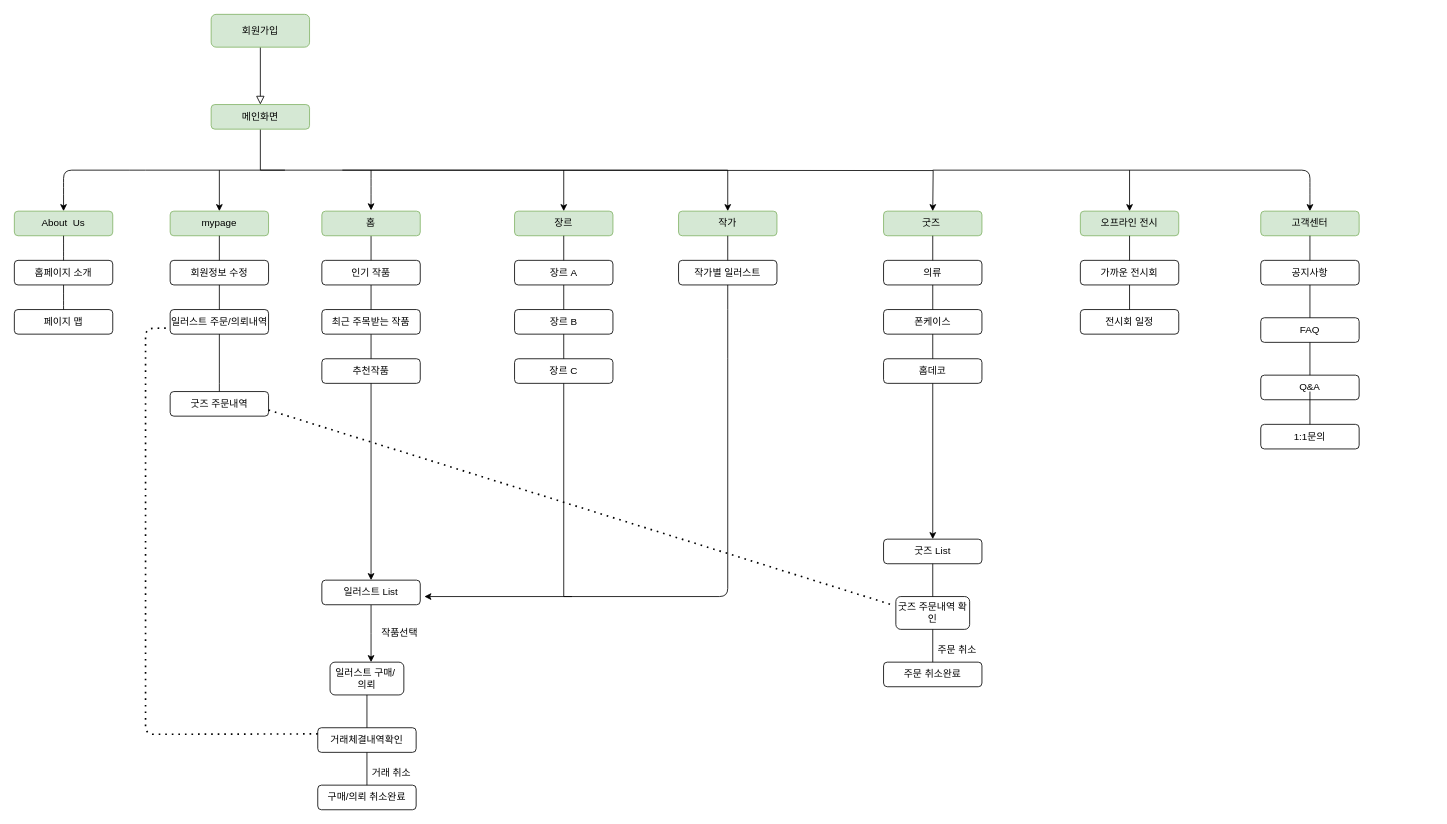
Above: 일러스트거래웹flowchart01.drawio in hek316/temp (draw.io), before the change. Source tidied: cells renumbered, new cells numbered last; positions are measured from the earlier drawing's top-left corner, leaving out a move shared by most shapes. Both pictures are drawn from the tidied source at 82%, with x=0, y=0 at pixel (14, 14).
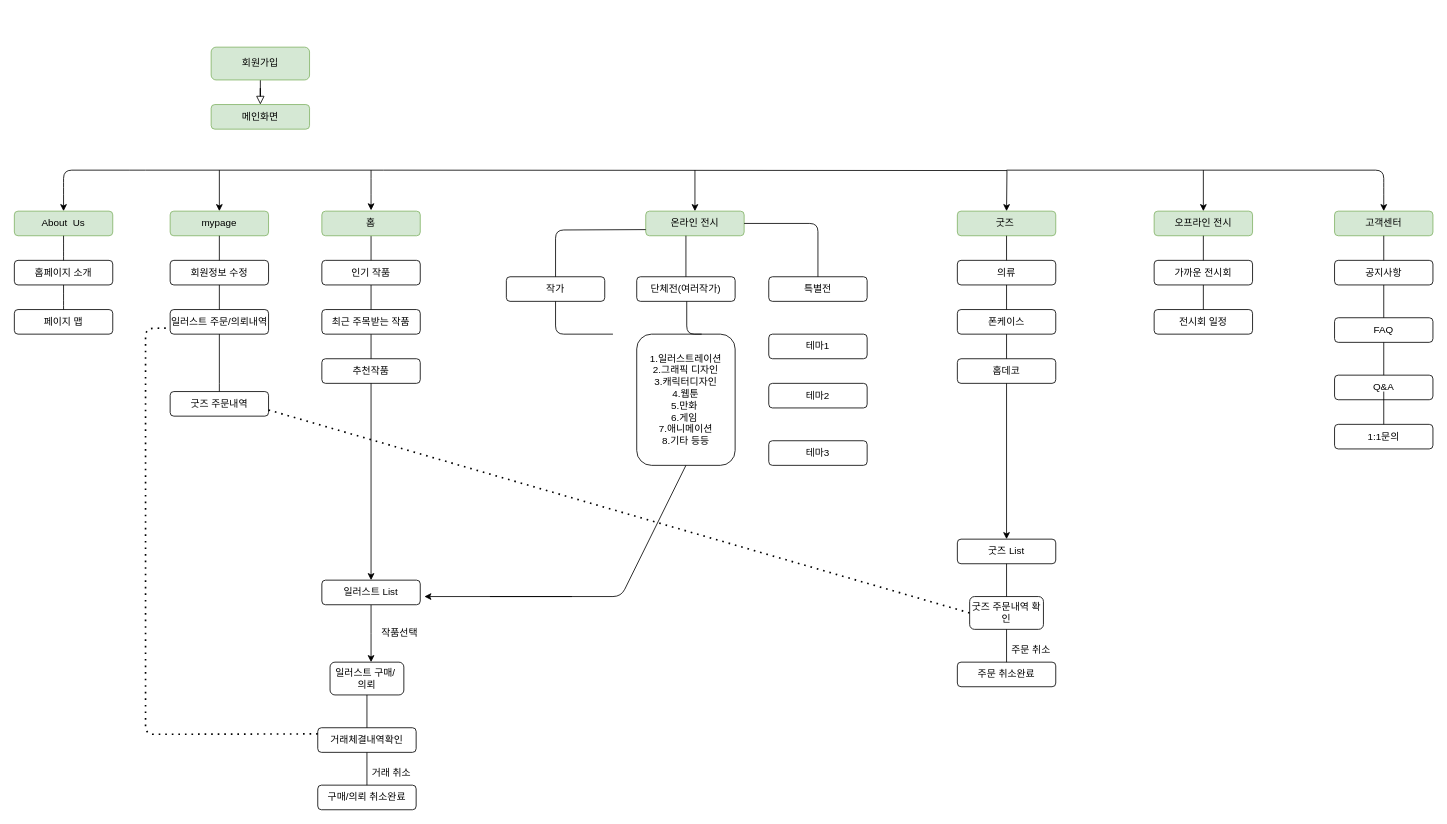
The same page after the edit.

Commit message (it also covers changes not shown here):
Update 일러스트거래웹flowchart01.drawio

Unchanged cells that the change refers to:
```xml
<mxCell id="5" value="메인화면" style="rounded=1;whiteSpace=wrap;html=1;fontSize=12;glass=0;strokeWidth=1;shadow=0;fillColor=#d5e8d4;strokeColor=#82b366;" parent="1" vertex="1">
  <mxGeometry x="240" y="110" width="120" height="30" as="geometry" />
</mxCell>
<mxCell id="71" value="굿즈 주문내역" style="rounded=1;whiteSpace=wrap;html=1;fontSize=12;glass=0;strokeWidth=1;shadow=0;" parent="1" vertex="1">
  <mxGeometry x="190" y="460" width="120" height="30" as="geometry" />
</mxCell>
```

Change to the diagram source:
```diff
@@
     <mxCell id="3" value="회원가입" style="rounded=1;whiteSpace=wrap;html=1;fontSize=12;glass=0;strokeWidth=1;shadow=0;fillColor=#d5e8d4;strokeColor=#82b366;" parent="1" vertex="1">
-      <mxGeometry x="240" width="120" height="40" as="geometry" />
+      <mxGeometry x="240" y="40" width="120" height="40" as="geometry" />
     </mxCell>
-    <mxCell id="4" style="edgeStyle=orthogonalEdgeStyle;rounded=0;jettySize=auto;html=1;exitX=0.5;exitY=1;exitDx=0;exitDy=0;entryX=0.5;entryY=0;entryDx=0;entryDy=0;" parent="1" edge="1" source="5" target="8">
-      <mxGeometry relative="1" as="geometry" />
-    </mxCell>
@@
     <mxCell id="6" style="endArrow=classic;html=1;entryX=0.5;entryY=0;entryDx=0;entryDy=0;" parent="1" edge="1">
       <mxGeometry relative="1" as="geometry">
-        <mxPoint x="1120" y="190" as="sourcePoint" />
-        <mxPoint x="1580" y="240" as="targetPoint" />
+        <mxPoint x="1210" y="190" as="sourcePoint" />
+        <mxPoint x="1670" y="240" as="targetPoint" />
         <Array as="points">
-          <mxPoint x="1580" y="190" />
-          <mxPoint x="1580" y="210" />
+          <mxPoint x="1670" y="190" />
+          <mxPoint x="1670" y="210" />
         </Array>
       </mxGeometry>
     </mxCell>
-    <mxCell id="7" value="장르" style="rounded=1;whiteSpace=wrap;html=1;fontSize=12;glass=0;strokeWidth=1;shadow=0;fillColor=#d5e8d4;strokeColor=#82b366;" parent="1" vertex="1">
-      <mxGeometry x="610" y="240" width="120" height="30" as="geometry" />
-    </mxCell>
-    <mxCell id="8" value="작가" style="rounded=1;whiteSpace=wrap;html=1;fontSize=12;glass=0;strokeWidth=1;shadow=0;fillColor=#d5e8d4;strokeColor=#82b366;" parent="1" vertex="1">
-      <mxGeometry x="810" y="240" width="120" height="30" as="geometry" />
-    </mxCell>
@@
     <mxCell id="11" value="굿즈&amp;nbsp;" style="rounded=1;whiteSpace=wrap;html=1;fontSize=12;glass=0;strokeWidth=1;shadow=0;fillColor=#d5e8d4;strokeColor=#82b366;" parent="1" vertex="1">
-      <mxGeometry x="1060" y="240" width="120" height="30" as="geometry" />
+      <mxGeometry x="1150" y="240" width="120" height="30" as="geometry" />
     </mxCell>
@@
-    <mxCell id="18" style="edgeStyle=orthogonalEdgeStyle;rounded=0;orthogonalLoop=1;jettySize=auto;html=1;exitX=0.5;exitY=1;exitDx=0;exitDy=0;" parent="1" edge="1">
+    <mxCell id="18" style="edgeStyle=orthogonalEdgeStyle;rounded=0;orthogonalLoop=1;jettySize=auto;html=1;" parent="1" edge="1">
       <mxGeometry relative="1" as="geometry">
-        <mxPoint x="400" y="190" as="sourcePoint" />
-        <mxPoint x="1120" y="240" as="targetPoint" />
+        <mxPoint x="450" y="190" as="sourcePoint" />
+        <mxPoint x="1210" y="240" as="targetPoint" />
       </mxGeometry>
     </mxCell>
     <mxCell id="19" value="오프라인 전시" style="rounded=1;whiteSpace=wrap;html=1;fontSize=12;glass=0;strokeWidth=1;shadow=0;fillColor=#d5e8d4;strokeColor=#82b366;" parent="1" vertex="1">
-      <mxGeometry x="1300" y="240" width="120" height="30" as="geometry" />
+      <mxGeometry x="1390" y="240" width="120" height="30" as="geometry" />
     </mxCell>
@@
     <mxCell id="22" style="endArrow=classic;html=1;" parent="1" edge="1">
       <mxGeometry relative="1" as="geometry">
-        <mxPoint x="330" y="190" as="sourcePoint" />
+        <mxPoint x="450" y="190" as="sourcePoint" />
         <mxPoint x="60" y="240" as="targetPoint" />
         <Array as="points">
           <mxPoint x="150" y="190" />
           <mxPoint x="60" y="190" />
           <mxPoint x="60" y="210" />
         </Array>
       </mxGeometry>
     </mxCell>
@@
-    <mxCell id="25" style="endArrow=classic;html=1;entryX=0.5;entryY=0;entryDx=0;entryDy=0;" parent="1" edge="1" target="7">
-      <mxGeometry relative="1" as="geometry">
-        <mxPoint x="670" y="190" as="sourcePoint" />
-      </mxGeometry>
-    </mxCell>
@@
     <mxCell id="28" value="가까운 전시회" style="rounded=1;whiteSpace=wrap;html=1;fontSize=12;glass=0;strokeWidth=1;shadow=0;" parent="1" vertex="1">
-      <mxGeometry x="1300" y="300" width="120" height="30" as="geometry" />
+      <mxGeometry x="1390" y="300" width="120" height="30" as="geometry" />
     </mxCell>
     <mxCell id="29" value="전시회 일정" style="rounded=1;whiteSpace=wrap;html=1;fontSize=12;glass=0;strokeWidth=1;shadow=0;" parent="1" vertex="1">
-      <mxGeometry x="1300" y="360" width="120" height="30" as="geometry" />
+      <mxGeometry x="1390" y="360" width="120" height="30" as="geometry" />
     </mxCell>
@@
-    <mxCell id="32" value="작가별 일러스트" style="rounded=1;whiteSpace=wrap;html=1;fontSize=12;glass=0;strokeWidth=1;shadow=0;" parent="1" vertex="1">
-      <mxGeometry x="810" y="300" width="120" height="30" as="geometry" />
-    </mxCell>
-    <mxCell id="33" style="endArrow=none;html=1;exitX=0.5;exitY=1;exitDx=0;exitDy=0;entryX=0.5;entryY=0;entryDx=0;entryDy=0;" parent="1" edge="1" source="8" target="32">
-      <mxGeometry relative="1" as="geometry" />
-    </mxCell>
-    <mxCell id="34" style="endArrow=none;html=1;exitX=0.5;exitY=1;exitDx=0;exitDy=0;entryX=0.5;entryY=0;entryDx=0;entryDy=0;" parent="1" edge="1">
-      <mxGeometry relative="1" as="geometry">
-        <mxPoint x="870" y="330" as="sourcePoint" />
-        <mxPoint x="870" y="360" as="targetPoint" />
-      </mxGeometry>
-    </mxCell>
@@
     <mxCell id="40" value="의류" style="rounded=1;whiteSpace=wrap;html=1;fontSize=12;glass=0;strokeWidth=1;shadow=0;" parent="1" vertex="1">
-      <mxGeometry x="1060" y="300" width="120" height="30" as="geometry" />
+      <mxGeometry x="1150" y="300" width="120" height="30" as="geometry" />
     </mxCell>
@@
     <mxCell id="42" value="폰케이스" style="rounded=1;whiteSpace=wrap;html=1;fontSize=12;glass=0;strokeWidth=1;shadow=0;" parent="1" vertex="1">
-      <mxGeometry x="1060" y="360" width="120" height="30" as="geometry" />
+      <mxGeometry x="1150" y="360" width="120" height="30" as="geometry" />
     </mxCell>
     <mxCell id="43" style="endArrow=none;html=1;exitX=0.5;exitY=1;exitDx=0;exitDy=0;entryX=0.5;entryY=0;entryDx=0;entryDy=0;" parent="1" edge="1" target="42">
       <mxGeometry relative="1" as="geometry">
-        <mxPoint x="1120" y="330" as="sourcePoint" />
+        <mxPoint x="1210" y="330" as="sourcePoint" />
       </mxGeometry>
     </mxCell>
     <mxCell id="44" value="홈데코" style="rounded=1;whiteSpace=wrap;html=1;fontSize=12;glass=0;strokeWidth=1;shadow=0;" parent="1" vertex="1">
-      <mxGeometry x="1060" y="420" width="120" height="30" as="geometry" />
+      <mxGeometry x="1150" y="420" width="120" height="30" as="geometry" />
     </mxCell>
     <mxCell id="45" style="endArrow=none;html=1;exitX=0.5;exitY=1;exitDx=0;exitDy=0;entryX=0.5;entryY=0;entryDx=0;entryDy=0;" parent="1" edge="1" target="44">
       <mxGeometry relative="1" as="geometry">
-        <mxPoint x="1120" y="390" as="sourcePoint" />
+        <mxPoint x="1210" y="390" as="sourcePoint" />
       </mxGeometry>
     </mxCell>
-    <mxCell id="46" value="장르 A" style="rounded=1;whiteSpace=wrap;html=1;fontSize=12;glass=0;strokeWidth=1;shadow=0;" parent="1" vertex="1">
-      <mxGeometry x="610" y="300" width="120" height="30" as="geometry" />
+    <mxCell id="46" value="1.일러스트레이션&lt;br&gt;2.그래픽 디자인&lt;br&gt;3.캐릭터디자인&lt;br&gt;4.웹툰&lt;br&gt;5.만화&amp;nbsp;&lt;br&gt;6.게임&amp;nbsp;&lt;br&gt;7.애니메이션&lt;br&gt;8.기타 등등" style="rounded=1;whiteSpace=wrap;html=1;fontSize=12;glass=0;strokeWidth=1;shadow=0;" parent="1" vertex="1">
+      <mxGeometry x="759" y="390" width="120" height="160" as="geometry" />
     </mxCell>
-    <mxCell id="47" value="장르 B" style="rounded=1;whiteSpace=wrap;html=1;fontSize=12;glass=0;strokeWidth=1;shadow=0;" parent="1" vertex="1">
-      <mxGeometry x="610" y="360" width="120" height="30" as="geometry" />
-    </mxCell>
-    <mxCell id="48" style="endArrow=none;html=1;exitX=0.5;exitY=1;exitDx=0;exitDy=0;entryX=0.5;entryY=0;entryDx=0;entryDy=0;" parent="1" edge="1" target="47">
+    <mxCell id="48" style="endArrow=none;html=1;exitX=0.5;exitY=1;exitDx=0;exitDy=0;" parent="1" edge="1" source="46">
       <mxGeometry relative="1" as="geometry">
-        <mxPoint x="670" y="330" as="sourcePoint" />
+        <mxPoint x="580" y="710" as="targetPoint" />
+        <Array as="points">
+          <mxPoint x="740" y="710" />
+        </Array>
       </mxGeometry>
     </mxCell>
-    <mxCell id="49" value="장르 C" style="rounded=1;whiteSpace=wrap;html=1;fontSize=12;glass=0;strokeWidth=1;shadow=0;" parent="1" vertex="1">
-      <mxGeometry x="610" y="420" width="120" height="30" as="geometry" />
-    </mxCell>
-    <mxCell id="50" style="endArrow=none;html=1;" parent="1" edge="1">
-      <mxGeometry relative="1" as="geometry">
-        <mxPoint x="670" y="450" as="sourcePoint" />
-        <mxPoint x="670" y="710" as="targetPoint" />
-      </mxGeometry>
-    </mxCell>
-    <mxCell id="51" style="endArrow=none;html=1;exitX=0.5;exitY=1;exitDx=0;exitDy=0;entryX=0.5;entryY=0;entryDx=0;entryDy=0;" parent="1" edge="1" source="7" target="46">
-      <mxGeometry relative="1" as="geometry" />
-    </mxCell>
-    <mxCell id="52" style="endArrow=none;html=1;exitX=0.5;exitY=1;exitDx=0;exitDy=0;entryX=0.5;entryY=0;entryDx=0;entryDy=0;" parent="1" edge="1" source="47" target="49">
-      <mxGeometry relative="1" as="geometry" />
-    </mxCell>
-    <mxCell id="53" style="endArrow=none;html=1;entryX=0.5;entryY=0;entryDx=0;entryDy=0;" parent="1" edge="1">
-      <mxGeometry relative="1" as="geometry">
-        <mxPoint x="870" y="360" as="sourcePoint" />
-        <mxPoint x="870" y="420" as="targetPoint" />
-      </mxGeometry>
-    </mxCell>
@@
-    <mxCell id="55" style="endArrow=none;html=1;" parent="1" edge="1">
-      <mxGeometry relative="1" as="geometry">
-        <mxPoint x="670" y="710" as="sourcePoint" />
-        <mxPoint x="870" y="420" as="targetPoint" />
-        <Array as="points">
-          <mxPoint x="870" y="710" />
-        </Array>
-      </mxGeometry>
-    </mxCell>
     <mxCell id="56" value="고객센터" style="rounded=1;whiteSpace=wrap;html=1;fontSize=12;glass=0;strokeWidth=1;shadow=0;fillColor=#d5e8d4;strokeColor=#82b366;" parent="1" vertex="1">
-      <mxGeometry x="1520" y="240" width="120" height="30" as="geometry" />
+      <mxGeometry x="1610" y="240" width="120" height="30" as="geometry" />
     </mxCell>
     <mxCell id="57" value="공지사항" style="rounded=1;whiteSpace=wrap;html=1;fontSize=12;glass=0;strokeWidth=1;shadow=0;" parent="1" vertex="1">
-      <mxGeometry x="1520" y="300" width="120" height="30" as="geometry" />
+      <mxGeometry x="1610" y="300" width="120" height="30" as="geometry" />
     </mxCell>
     <mxCell id="58" value="FAQ" style="rounded=1;whiteSpace=wrap;html=1;fontSize=12;glass=0;strokeWidth=1;shadow=0;" parent="1" vertex="1">
-      <mxGeometry x="1520" y="370" width="120" height="30" as="geometry" />
+      <mxGeometry x="1610" y="370" width="120" height="30" as="geometry" />
     </mxCell>
@@
     <mxCell id="61" style="endArrow=classic;html=1;entryX=0.5;entryY=0;entryDx=0;entryDy=0;" parent="1" edge="1" target="19">
       <mxGeometry relative="1" as="geometry">
-        <mxPoint x="1360" y="190" as="sourcePoint" />
+        <mxPoint x="1450" y="190" as="sourcePoint" />
       </mxGeometry>
     </mxCell>
     <mxCell id="62" value="Q&amp;amp;A" style="rounded=1;whiteSpace=wrap;html=1;fontSize=12;glass=0;strokeWidth=1;shadow=0;" parent="1" vertex="1">
-      <mxGeometry x="1520" y="440" width="120" height="30" as="geometry" />
+      <mxGeometry x="1610" y="440" width="120" height="30" as="geometry" />
     </mxCell>
     <mxCell id="63" style="endArrow=none;html=1;exitX=0.5;exitY=1;exitDx=0;exitDy=0;" parent="1" edge="1" target="62">
       <mxGeometry relative="1" as="geometry">
-        <mxPoint x="1580" y="400" as="sourcePoint" />
+        <mxPoint x="1670" y="400" as="sourcePoint" />
       </mxGeometry>
     </mxCell>
     <mxCell id="64" value="1:1문의" style="rounded=1;whiteSpace=wrap;html=1;fontSize=12;glass=0;strokeWidth=1;shadow=0;" parent="1" vertex="1">
-      <mxGeometry x="1520" y="500" width="120" height="30" as="geometry" />
+      <mxGeometry x="1610" y="500" width="120" height="30" as="geometry" />
     </mxCell>
     <mxCell id="65" style="endArrow=none;html=1;exitX=0.5;exitY=1;exitDx=0;exitDy=0;" parent="1" edge="1" target="64">
       <mxGeometry relative="1" as="geometry">
-        <mxPoint x="1580" y="460" as="sourcePoint" />
+        <mxPoint x="1670" y="460" as="sourcePoint" />
       </mxGeometry>
     </mxCell>
@@
     <mxCell id="76" value="굿즈 List" style="rounded=1;whiteSpace=wrap;html=1;fontSize=12;glass=0;strokeWidth=1;shadow=0;" parent="1" vertex="1">
-      <mxGeometry x="1060" y="640" width="120" height="30" as="geometry" />
+      <mxGeometry x="1150" y="640" width="120" height="30" as="geometry" />
     </mxCell>
     <mxCell id="77" style="endArrow=classic;html=1;entryX=0.5;entryY=0;entryDx=0;entryDy=0;" parent="1" edge="1" target="76">
       <mxGeometry relative="1" as="geometry">
-        <mxPoint x="1120" y="450" as="sourcePoint" />
+        <mxPoint x="1210" y="450" as="sourcePoint" />
       </mxGeometry>
     </mxCell>
     <mxCell id="78" value="굿즈 주문내역 확인" style="rounded=1;whiteSpace=wrap;html=1;fontSize=12;glass=0;strokeWidth=1;shadow=0;" parent="1" vertex="1">
-      <mxGeometry x="1075" y="710" width="90" height="40" as="geometry" />
+      <mxGeometry x="1165" y="710" width="90" height="40" as="geometry" />
     </mxCell>
     <mxCell id="79" value="주문 취소완료" style="rounded=1;whiteSpace=wrap;html=1;fontSize=12;glass=0;strokeWidth=1;shadow=0;" parent="1" vertex="1">
-      <mxGeometry x="1060" y="790" width="120" height="30" as="geometry" />
+      <mxGeometry x="1150" y="790" width="120" height="30" as="geometry" />
     </mxCell>
     <mxCell id="80" style="endArrow=none;html=1;exitX=0.5;exitY=1;exitDx=0;exitDy=0;entryX=0.5;entryY=0;entryDx=0;entryDy=0;" parent="1" edge="1" target="79">
       <mxGeometry relative="1" as="geometry">
-        <mxPoint x="1120" y="750" as="sourcePoint" />
+        <mxPoint x="1210" y="750" as="sourcePoint" />
       </mxGeometry>
     </mxCell>
     <mxCell id="81" value="주문 취소" style="text;html=1;strokeColor=none;fillColor=none;align=center;verticalAlign=middle;whiteSpace=wrap;rounded=0;" parent="1" vertex="1">
-      <mxGeometry x="1095" y="770" width="110" height="10" as="geometry" />
+      <mxGeometry x="1185" y="770" width="110" height="10" as="geometry" />
     </mxCell>
@@
-    <mxCell id="83" style="endArrow=none;dashed=1;html=1;dashPattern=1 3;strokeWidth=2;exitX=1;exitY=0.75;exitDx=0;exitDy=0;" parent="1" edge="1" source="71">
-      <mxGeometry relative="1" as="geometry">
-        <mxPoint x="1070" y="720" as="targetPoint" />
-      </mxGeometry>
+    <mxCell id="83" style="endArrow=none;dashed=1;html=1;dashPattern=1 3;strokeWidth=2;exitX=1;exitY=0.75;exitDx=0;exitDy=0;entryX=0;entryY=0.5;entryDx=0;entryDy=0;" parent="1" edge="1" source="71" target="78">
+      <mxGeometry relative="1" as="geometry" />
     </mxCell>
@@
+    <mxCell id="85" value="온라인 전시" style="rounded=1;whiteSpace=wrap;html=1;fontSize=12;glass=0;strokeWidth=1;shadow=0;fillColor=#d5e8d4;strokeColor=#82b366;" parent="1" vertex="1">
+      <mxGeometry x="770" y="240" width="120" height="30" as="geometry" />
+    </mxCell>
+    <mxCell id="86" style="endArrow=classic;html=1;entryX=0.5;entryY=0;entryDx=0;entryDy=0;" parent="1" edge="1" target="85">
+      <mxGeometry relative="1" as="geometry">
+        <mxPoint x="830" y="190" as="sourcePoint" />
+      </mxGeometry>
+    </mxCell>
+    <mxCell id="8" value="작가" style="rounded=1;whiteSpace=wrap;html=1;fontSize=12;glass=0;strokeWidth=1;shadow=0;" parent="1" vertex="1">
+      <mxGeometry x="600" y="320" width="120" height="30" as="geometry" />
+    </mxCell>
+    <mxCell id="87" style="endArrow=none;html=1;entryX=0.5;entryY=0;entryDx=0;entryDy=0;exitX=0;exitY=0.75;exitDx=0;exitDy=0;" parent="1" edge="1" source="85" target="8">
+      <mxGeometry relative="1" as="geometry">
+        <Array as="points">
+          <mxPoint x="660" y="263" />
+        </Array>
+      </mxGeometry>
+    </mxCell>
+    <mxCell id="88" value="단체전(여러작가)" style="rounded=1;whiteSpace=wrap;html=1;fontSize=12;glass=0;strokeWidth=1;shadow=0;" parent="1" vertex="1">
+      <mxGeometry x="759" y="320" width="120" height="30" as="geometry" />
+    </mxCell>
+    <mxCell id="89" style="endArrow=none;html=1;exitX=0.5;exitY=1;exitDx=0;exitDy=0;entryX=0.5;entryY=0;entryDx=0;entryDy=0;" parent="1" edge="1">
+      <mxGeometry relative="1" as="geometry">
+        <mxPoint x="660" y="350" as="sourcePoint" />
+        <mxPoint x="730" y="390" as="targetPoint" />
+        <Array as="points">
+          <mxPoint x="660" y="390" />
+        </Array>
+      </mxGeometry>
+    </mxCell>
+    <mxCell id="90" style="endArrow=none;html=1;entryX=0.66;entryY=0;entryDx=0;entryDy=0;entryPerimeter=0;" parent="1" edge="1" target="46">
+      <mxGeometry relative="1" as="geometry">
+        <mxPoint x="820" y="350" as="sourcePoint" />
+        <Array as="points">
+          <mxPoint x="820" y="390" />
+        </Array>
+      </mxGeometry>
+    </mxCell>
+    <mxCell id="91" value="특별전" style="rounded=1;whiteSpace=wrap;html=1;fontSize=12;glass=0;strokeWidth=1;shadow=0;" parent="1" vertex="1">
+      <mxGeometry x="920" y="320" width="120" height="30" as="geometry" />
+    </mxCell>
+    <mxCell id="92" style="endArrow=none;html=1;exitX=1;exitY=0.5;exitDx=0;exitDy=0;entryX=0.5;entryY=0;entryDx=0;entryDy=0;" parent="1" edge="1" source="85" target="91">
+      <mxGeometry relative="1" as="geometry">
+        <Array as="points">
+          <mxPoint x="980" y="255" />
+        </Array>
+      </mxGeometry>
+    </mxCell>
+    <mxCell id="93" style="endArrow=none;html=1;entryX=0.5;entryY=0;entryDx=0;entryDy=0;" parent="1" edge="1" target="88">
+      <mxGeometry relative="1" as="geometry">
+        <mxPoint x="819" y="270" as="sourcePoint" />
+      </mxGeometry>
+    </mxCell>
+    <mxCell id="94" value="테마1" style="rounded=1;whiteSpace=wrap;html=1;fontSize=12;glass=0;strokeWidth=1;shadow=0;" parent="1" vertex="1">
+      <mxGeometry x="920" y="390" width="120" height="30" as="geometry" />
+    </mxCell>
+    <mxCell id="95" value="테마2" style="rounded=1;whiteSpace=wrap;html=1;fontSize=12;glass=0;strokeWidth=1;shadow=0;" parent="1" vertex="1">
+      <mxGeometry x="920" y="450" width="120" height="30" as="geometry" />
+    </mxCell>
+    <mxCell id="96" value="테마3" style="rounded=1;whiteSpace=wrap;html=1;fontSize=12;glass=0;strokeWidth=1;shadow=0;" parent="1" vertex="1">
+      <mxGeometry x="920" y="520" width="120" height="30" as="geometry" />
+    </mxCell>
```
